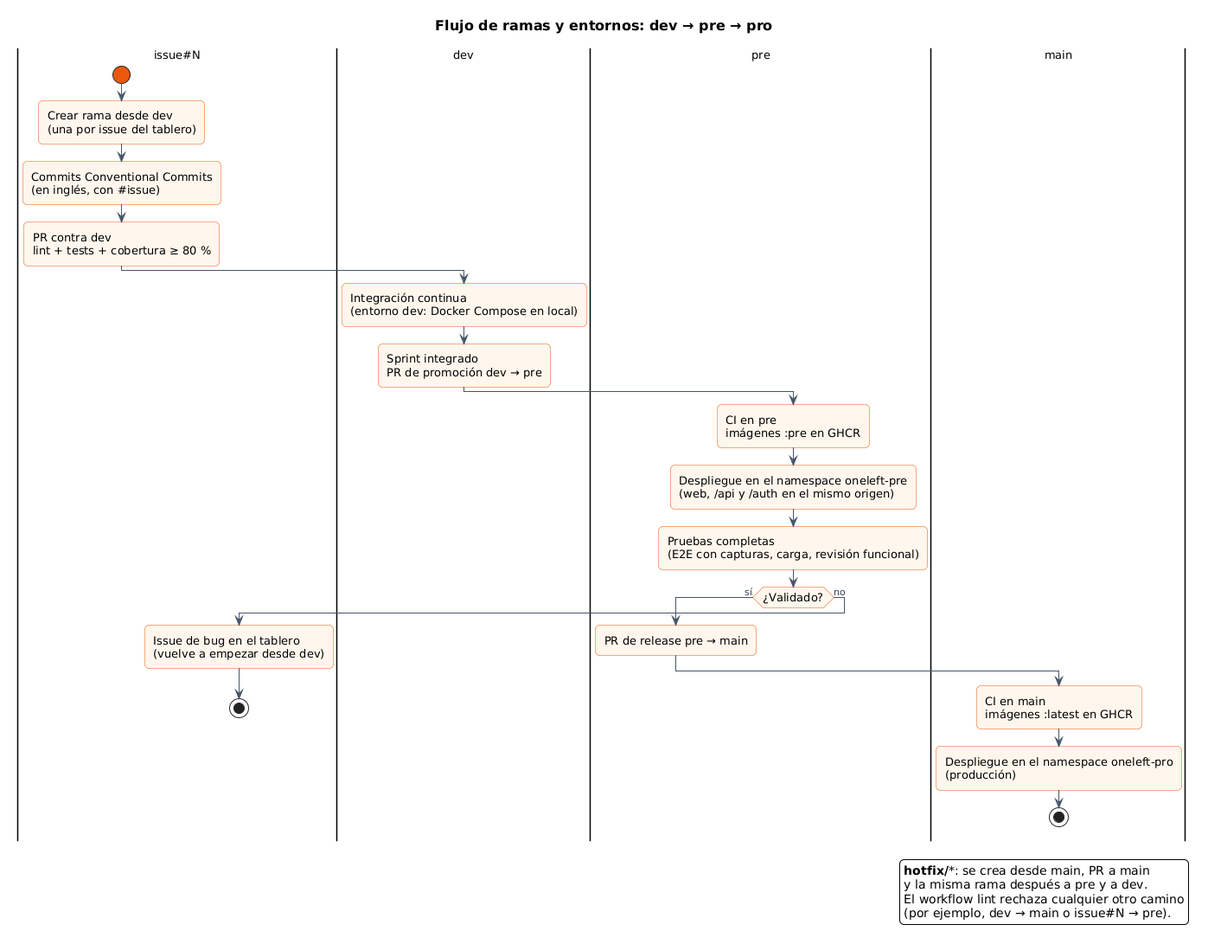
This is diagramas/procesos/18-flujo-ramas-entornos.png from chabelly-lbetancourt/oneleft-docs, a PlantUML export, as it was before one commit.
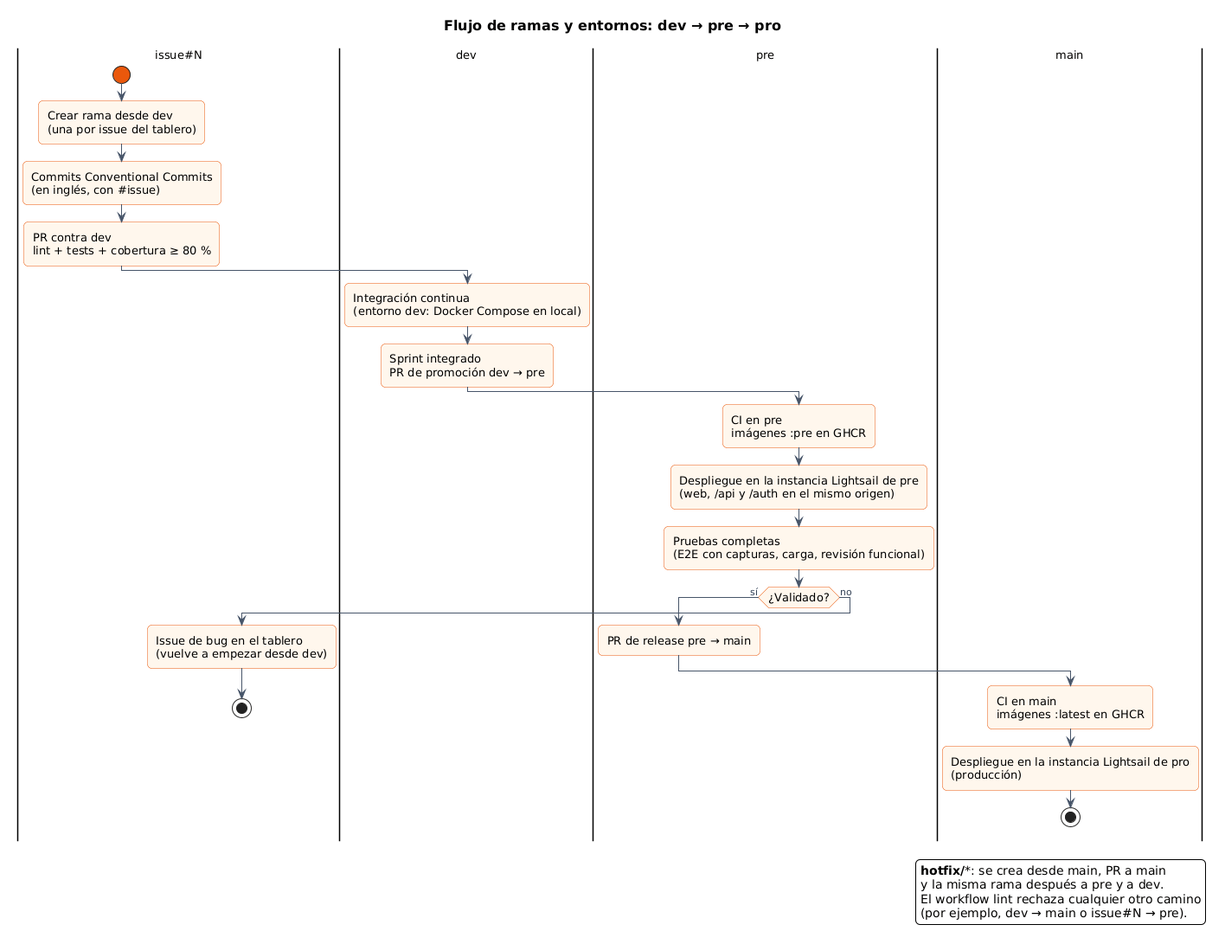
Later version of the same file.

Diff of the diagram source:
```diff
@@ -1,5 +1,5 @@
 @startuml 18-flujo-ramas-entornos
-!include estilo.iuml
+!include ../../estilo.iuml
 title Flujo de ramas y entornos: dev → pre → pro
 
 |issue#N|
@@ -12,13 +12,13 @@
 :Sprint integrado\nPR de promoción dev → pre;
 |pre|
 :CI en pre\nimágenes :pre en GHCR;
-:Despliegue en el namespace oneleft-pre\n(web, /api y /auth en el mismo origen);
+:Despliegue en la instancia Lightsail de pre\n(web, /api y /auth en el mismo origen);
 :Pruebas completas\n(E2E con capturas, carga, revisión funcional);
 if (¿Validado?) then (sí)
   :PR de release pre → main;
   |main|
   :CI en main\nimágenes :latest en GHCR;
-  :Despliegue en el namespace oneleft-pro\n(producción);
+  :Despliegue en la instancia Lightsail de pro\n(producción);
   stop
 else (no)
   |issue#N|
```
